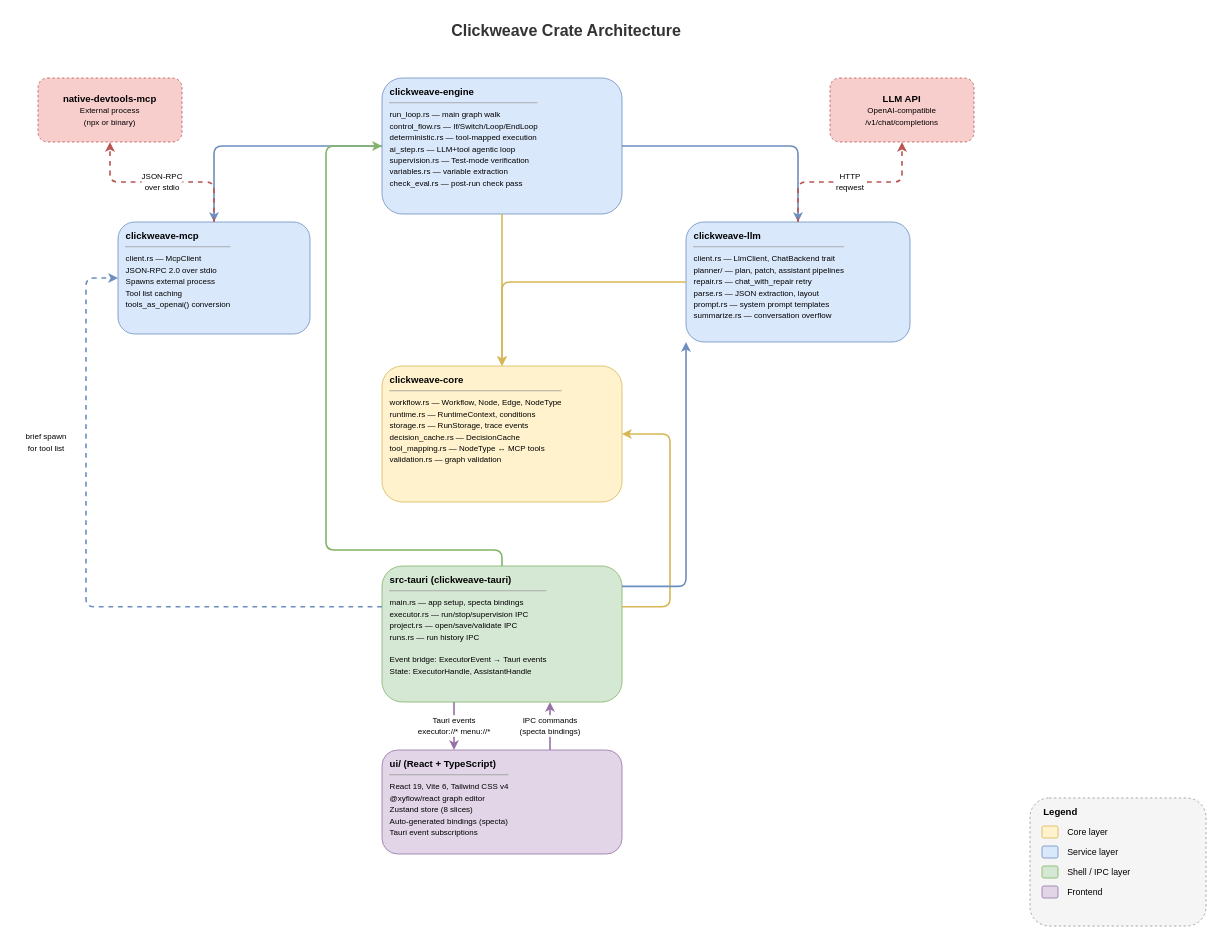
This is docs/concepts/architecture/crate-architecture.drawio from sh3ll3x3c/clickweave, a draw.io file, before an edit. Source tidied: cells renumbered, new cells numbered last; positions are measured from the earlier drawing's top-left corner, leaving out a move shared by most shapes. Both pictures are drawn from the tidied source at 80%, with x=0, y=0 at pixel (14, 14).
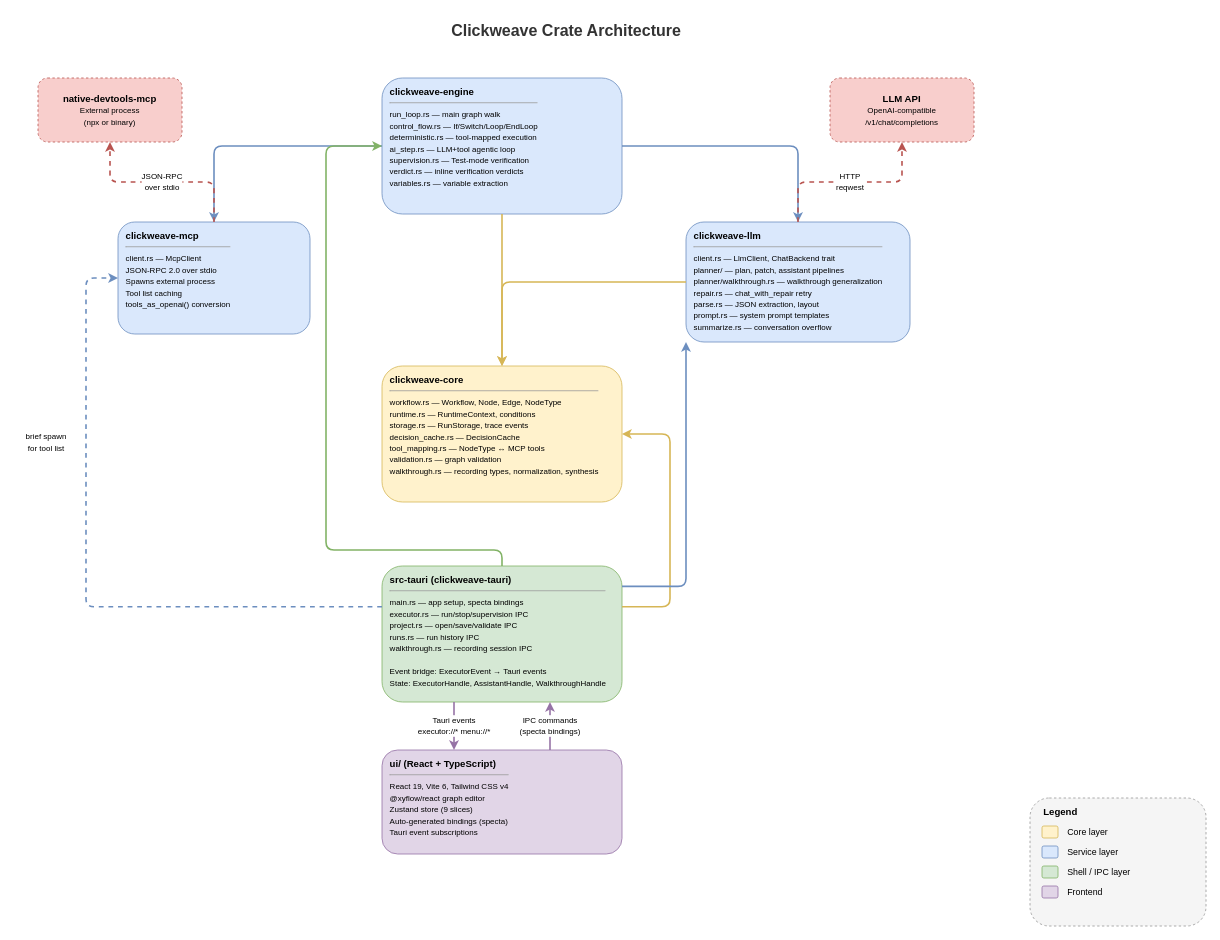
Above is the later version.

What changed in the source:
```diff
@@
-    <mxCell id="13" value="&lt;b&gt;clickweave-core&lt;/b&gt;&lt;hr size=&quot;1&quot;&gt;&lt;font style=&quot;font-size:10px&quot;&gt;workflow.rs &amp;mdash; Workflow, Node, Edge, NodeType&lt;br&gt;runtime.rs &amp;mdash; RuntimeContext, conditions&lt;br&gt;storage.rs &amp;mdash; RunStorage, trace events&lt;br&gt;decision_cache.rs &amp;mdash; DecisionCache&lt;br&gt;tool_mapping.rs &amp;mdash; NodeType &amp;harr; MCP tools&lt;br&gt;validation.rs &amp;mdash; graph validation&lt;/font&gt;" style="html=1;rounded=1;whiteSpace=wrap;fillColor=#fff2cc;strokeColor=#d6b656;align=left;verticalAlign=top;spacingLeft=8;spacingTop=4;spacingRight=8;fontSize=12;" parent="1" vertex="1">
+    <mxCell id="13" value="&lt;b&gt;clickweave-core&lt;/b&gt;&lt;hr size=&quot;1&quot;&gt;&lt;font style=&quot;font-size:10px&quot;&gt;workflow.rs &amp;mdash; Workflow, Node, Edge, NodeType&lt;br&gt;runtime.rs &amp;mdash; RuntimeContext, conditions&lt;br&gt;storage.rs &amp;mdash; RunStorage, trace events&lt;br&gt;decision_cache.rs &amp;mdash; DecisionCache&lt;br&gt;tool_mapping.rs &amp;mdash; NodeType &amp;harr; MCP tools&lt;br&gt;validation.rs &amp;mdash; graph validation&lt;br&gt;walkthrough.rs &amp;mdash; recording types, normalization, synthesis&lt;/font&gt;" style="html=1;rounded=1;whiteSpace=wrap;fillColor=#fff2cc;strokeColor=#d6b656;align=left;verticalAlign=top;spacingLeft=8;spacingTop=4;spacingRight=8;fontSize=12;" parent="1" vertex="1">
       <mxGeometry x="460" y="440" width="300" height="170" as="geometry" />
     </mxCell>
@@
-    <mxCell id="15" value="&lt;b&gt;clickweave-llm&lt;/b&gt;&lt;hr size=&quot;1&quot;&gt;&lt;font style=&quot;font-size:10px&quot;&gt;client.rs &amp;mdash; LlmClient, ChatBackend trait&lt;br&gt;planner/ &amp;mdash; plan, patch, assistant pipelines&lt;br&gt;repair.rs &amp;mdash; chat_with_repair retry&lt;br&gt;parse.rs &amp;mdash; JSON extraction, layout&lt;br&gt;prompt.rs &amp;mdash; system prompt templates&lt;br&gt;summarize.rs &amp;mdash; conversation overflow&lt;/font&gt;" style="html=1;rounded=1;whiteSpace=wrap;fillColor=#dae8fc;strokeColor=#6c8ebf;align=left;verticalAlign=top;spacingLeft=8;spacingTop=4;spacingRight=8;fontSize=12;" parent="1" vertex="1">
+    <mxCell id="15" value="&lt;b&gt;clickweave-llm&lt;/b&gt;&lt;hr size=&quot;1&quot;&gt;&lt;font style=&quot;font-size:10px&quot;&gt;client.rs &amp;mdash; LlmClient, ChatBackend trait&lt;br&gt;planner/ &amp;mdash; plan, patch, assistant pipelines&lt;br&gt;planner/walkthrough.rs &amp;mdash; walkthrough generalization&lt;br&gt;repair.rs &amp;mdash; chat_with_repair retry&lt;br&gt;parse.rs &amp;mdash; JSON extraction, layout&lt;br&gt;prompt.rs &amp;mdash; system prompt templates&lt;br&gt;summarize.rs &amp;mdash; conversation overflow&lt;/font&gt;" style="html=1;rounded=1;whiteSpace=wrap;fillColor=#dae8fc;strokeColor=#6c8ebf;align=left;verticalAlign=top;spacingLeft=8;spacingTop=4;spacingRight=8;fontSize=12;" parent="1" vertex="1">
       <mxGeometry x="840" y="260" width="280" height="150" as="geometry" />
     </mxCell>
-    <mxCell id="16" value="&lt;b&gt;clickweave-engine&lt;/b&gt;&lt;hr size=&quot;1&quot;&gt;&lt;font style=&quot;font-size:10px&quot;&gt;run_loop.rs &amp;mdash; main graph walk&lt;br&gt;control_flow.rs &amp;mdash; If/Switch/Loop/EndLoop&lt;br&gt;deterministic.rs &amp;mdash; tool-mapped execution&lt;br&gt;ai_step.rs &amp;mdash; LLM+tool agentic loop&lt;br&gt;supervision.rs &amp;mdash; Test-mode verification&lt;br&gt;variables.rs &amp;mdash; variable extraction&lt;br&gt;check_eval.rs &amp;mdash; post-run check pass&lt;/font&gt;" style="html=1;rounded=1;whiteSpace=wrap;fillColor=#dae8fc;strokeColor=#6c8ebf;align=left;verticalAlign=top;spacingLeft=8;spacingTop=4;spacingRight=8;fontSize=12;" parent="1" vertex="1">
+    <mxCell id="16" value="&lt;b&gt;clickweave-engine&lt;/b&gt;&lt;hr size=&quot;1&quot;&gt;&lt;font style=&quot;font-size:10px&quot;&gt;run_loop.rs &amp;mdash; main graph walk&lt;br&gt;control_flow.rs &amp;mdash; If/Switch/Loop/EndLoop&lt;br&gt;deterministic.rs &amp;mdash; tool-mapped execution&lt;br&gt;ai_step.rs &amp;mdash; LLM+tool agentic loop&lt;br&gt;supervision.rs &amp;mdash; Test-mode verification&lt;br&gt;verdict.rs &amp;mdash; inline verification verdicts&lt;br&gt;variables.rs &amp;mdash; variable extraction&lt;/font&gt;" style="html=1;rounded=1;whiteSpace=wrap;fillColor=#dae8fc;strokeColor=#6c8ebf;align=left;verticalAlign=top;spacingLeft=8;spacingTop=4;spacingRight=8;fontSize=12;" parent="1" vertex="1">
       <mxGeometry x="460" y="80" width="300" height="170" as="geometry" />
     </mxCell>
-    <mxCell id="17" value="&lt;b&gt;src-tauri (clickweave-tauri)&lt;/b&gt;&lt;hr size=&quot;1&quot;&gt;&lt;font style=&quot;font-size:10px&quot;&gt;main.rs &amp;mdash; app setup, specta bindings&lt;br&gt;executor.rs &amp;mdash; run/stop/supervision IPC&lt;br&gt;project.rs &amp;mdash; open/save/validate IPC&lt;br&gt;runs.rs &amp;mdash; run history IPC&lt;br&gt;&lt;br&gt;Event bridge: ExecutorEvent &amp;rarr; Tauri events&lt;br&gt;State: ExecutorHandle, AssistantHandle&lt;/font&gt;" style="html=1;rounded=1;whiteSpace=wrap;fillColor=#d5e8d4;strokeColor=#82b366;align=left;verticalAlign=top;spacingLeft=8;spacingTop=4;spacingRight=8;fontSize=12;" parent="1" vertex="1">
+    <mxCell id="17" value="&lt;b&gt;src-tauri (clickweave-tauri)&lt;/b&gt;&lt;hr size=&quot;1&quot;&gt;&lt;font style=&quot;font-size:10px&quot;&gt;main.rs &amp;mdash; app setup, specta bindings&lt;br&gt;executor.rs &amp;mdash; run/stop/supervision IPC&lt;br&gt;project.rs &amp;mdash; open/save/validate IPC&lt;br&gt;runs.rs &amp;mdash; run history IPC&lt;br&gt;walkthrough.rs &amp;mdash; recording session IPC&lt;br&gt;&lt;br&gt;Event bridge: ExecutorEvent &amp;rarr; Tauri events&lt;br&gt;State: ExecutorHandle, AssistantHandle, WalkthroughHandle&lt;/font&gt;" style="html=1;rounded=1;whiteSpace=wrap;fillColor=#d5e8d4;strokeColor=#82b366;align=left;verticalAlign=top;spacingLeft=8;spacingTop=4;spacingRight=8;fontSize=12;" parent="1" vertex="1">
       <mxGeometry x="460" y="690" width="300" height="170" as="geometry" />
     </mxCell>
-    <mxCell id="18" value="&lt;b&gt;ui/ (React + TypeScript)&lt;/b&gt;&lt;hr size=&quot;1&quot;&gt;&lt;font style=&quot;font-size:10px&quot;&gt;React 19, Vite 6, Tailwind CSS v4&lt;br&gt;@xyflow/react graph editor&lt;br&gt;Zustand store (8 slices)&lt;br&gt;Auto-generated bindings (specta)&lt;br&gt;Tauri event subscriptions&lt;/font&gt;" style="html=1;rounded=1;whiteSpace=wrap;fillColor=#e1d5e7;strokeColor=#9673a6;align=left;verticalAlign=top;spacingLeft=8;spacingTop=4;spacingRight=8;fontSize=12;" parent="1" vertex="1">
+    <mxCell id="18" value="&lt;b&gt;ui/ (React + TypeScript)&lt;/b&gt;&lt;hr size=&quot;1&quot;&gt;&lt;font style=&quot;font-size:10px&quot;&gt;React 19, Vite 6, Tailwind CSS v4&lt;br&gt;@xyflow/react graph editor&lt;br&gt;Zustand store (9 slices)&lt;br&gt;Auto-generated bindings (specta)&lt;br&gt;Tauri event subscriptions&lt;/font&gt;" style="html=1;rounded=1;whiteSpace=wrap;fillColor=#e1d5e7;strokeColor=#9673a6;align=left;verticalAlign=top;spacingLeft=8;spacingTop=4;spacingRight=8;fontSize=12;" parent="1" vertex="1">
       <mxGeometry x="460" y="920" width="300" height="130" as="geometry" />
     </mxCell>
```
